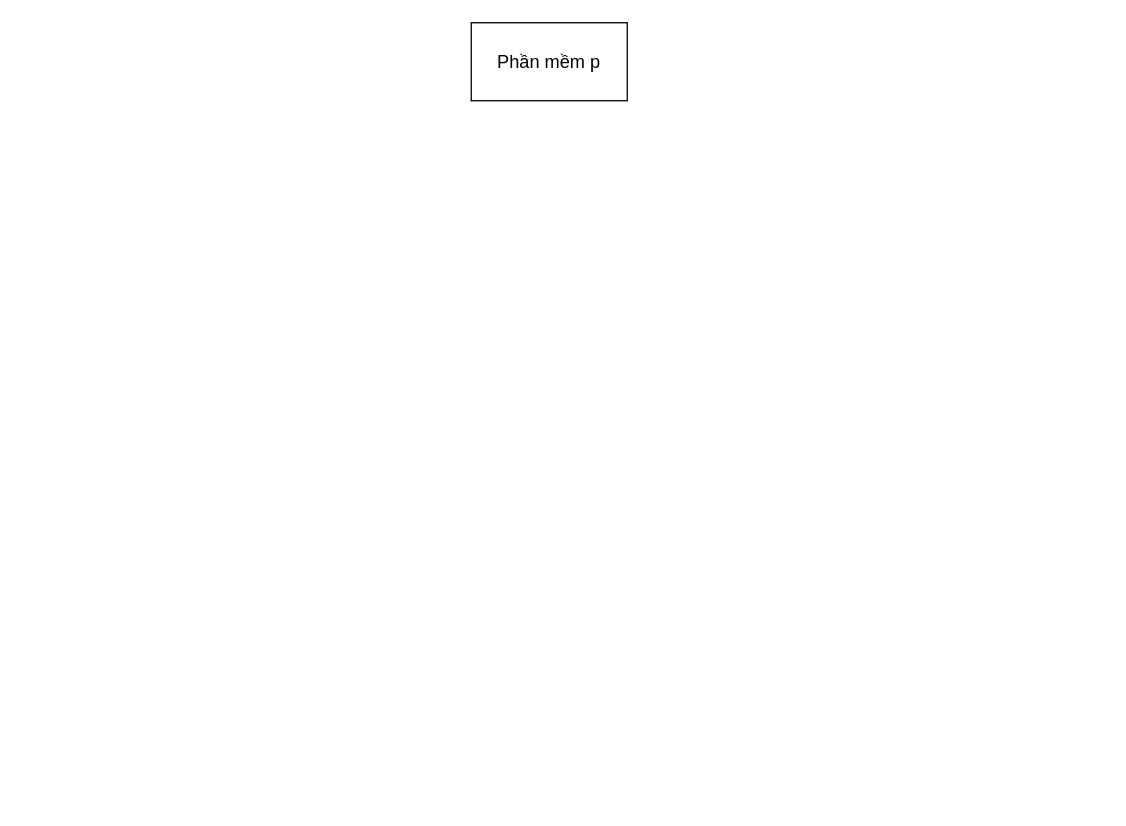
Earlier version of the draw.io diagram dactaphanmem1.drawio (frozenproof/dactaphanmem). Source tidied: cells renumbered, new cells numbered last; positions are measured from the earlier drawing's top-left corner, leaving out a move shared by most shapes. Both pictures are drawn from the tidied source at 130%, with x=0, y=0 at pixel (471, 22).
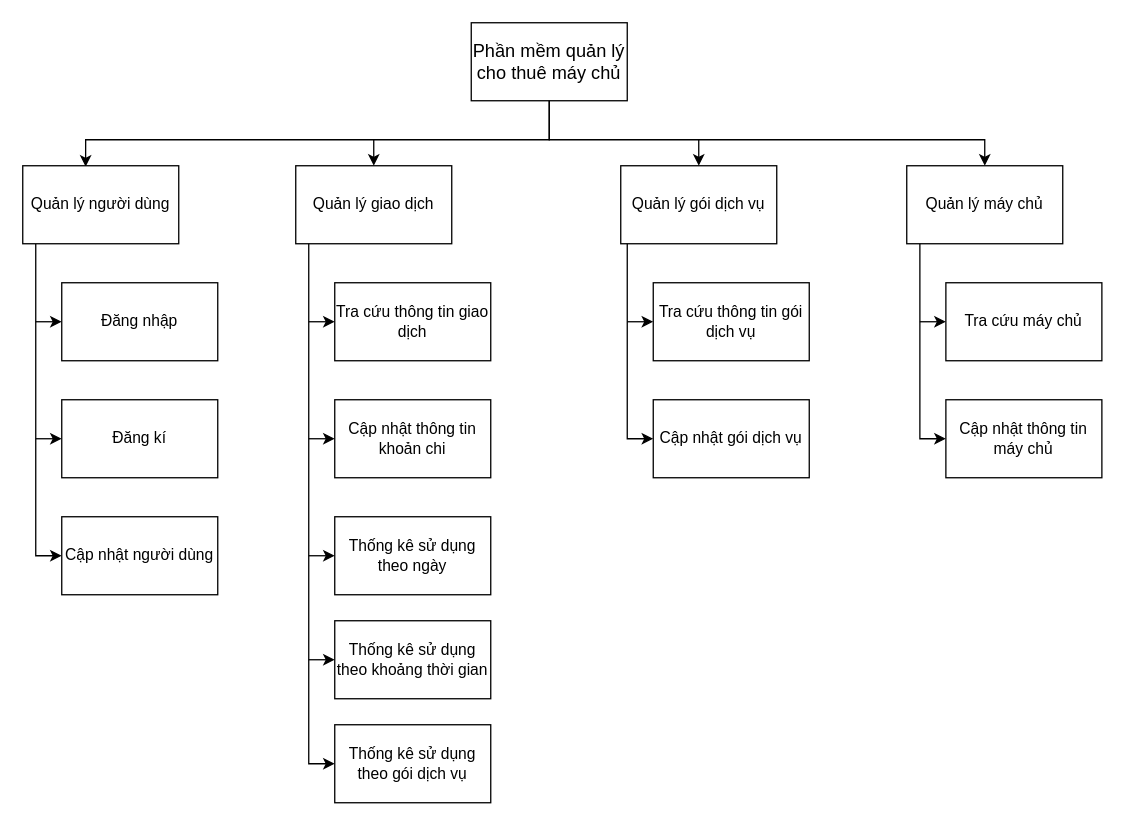
The same page after the edit.

Diff of the diagram source:
```diff
@@
+    <mxCell id="3" style="edgeStyle=orthogonalEdgeStyle;rounded=0;jettySize=auto;html=1;exitX=0.5;exitY=1;exitDx=0;exitDy=0;entryX=0.403;entryY=0.013;entryDx=0;entryDy=0;entryPerimeter=0;" parent="1" edge="1" source="2" target="5">
+      <mxGeometry relative="1" as="geometry">
+        <Array as="points">
+          <mxPoint x="60" y="90" />
+          <mxPoint x="-297" y="90" />
+        </Array>
+      </mxGeometry>
+    </mxCell>
-    <mxCell id="2" value="&lt;font style=&quot;font-size: 14px;&quot;&gt;Phần mềm p&lt;/font&gt;" style="rounded=0;whiteSpace=wrap;html=1;" parent="1" vertex="1">
+    <mxCell id="2" value="&lt;font style=&quot;font-size: 14px;&quot;&gt;Phần mềm quản lý cho thuê máy chủ&lt;/font&gt;" style="rounded=0;whiteSpace=wrap;html=1;" parent="1" vertex="1">
       <mxGeometry width="120" height="60" as="geometry" />
     </mxCell>
+    <mxCell id="4" style="edgeStyle=orthogonalEdgeStyle;rounded=0;jettySize=auto;html=1;" parent="1" edge="1" source="5" target="6">
+      <mxGeometry relative="1" as="geometry">
+        <Array as="points">
+          <mxPoint x="-335" y="410" />
+        </Array>
+      </mxGeometry>
+    </mxCell>
+    <mxCell id="5" value="Quản lý người dùng" style="rounded=0;whiteSpace=wrap;html=1;" parent="1" vertex="1">
+      <mxGeometry x="-345" y="110" width="120" height="60" as="geometry" />
+    </mxCell>
+    <mxCell id="6" value="Cập nhật người dùng" style="rounded=0;whiteSpace=wrap;html=1;" parent="1" vertex="1">
+      <mxGeometry x="-315" y="380" width="120" height="60" as="geometry" />
+    </mxCell>
+    <mxCell id="7" value="Đăng kí" style="rounded=0;whiteSpace=wrap;html=1;" parent="1" vertex="1">
+      <mxGeometry x="-315" y="290" width="120" height="60" as="geometry" />
+    </mxCell>
+    <mxCell id="8" value="Đăng nhập" style="rounded=0;whiteSpace=wrap;html=1;" parent="1" vertex="1">
+      <mxGeometry x="-315" y="200" width="120" height="60" as="geometry" />
+    </mxCell>
+    <mxCell id="9" style="endArrow=classic;html=1;rounded=0;entryX=0;entryY=0.5;entryDx=0;entryDy=0;" parent="1" edge="1" target="7">
+      <mxGeometry relative="1" as="geometry">
+        <mxPoint x="-335" y="320" as="sourcePoint" />
+      </mxGeometry>
+    </mxCell>
+    <mxCell id="10" style="endArrow=classic;html=1;rounded=0;entryX=0;entryY=0.5;entryDx=0;entryDy=0;" parent="1" edge="1" target="8">
+      <mxGeometry relative="1" as="geometry">
+        <mxPoint x="-335" y="230" as="sourcePoint" />
+      </mxGeometry>
+    </mxCell>
+    <mxCell id="11" value="Quản lý giao dịch" style="rounded=0;whiteSpace=wrap;html=1;" parent="1" vertex="1">
+      <mxGeometry x="-135" y="110" width="120" height="60" as="geometry" />
+    </mxCell>
+    <mxCell id="12" style="endArrow=classic;html=1;rounded=0;entryX=0.5;entryY=0;entryDx=0;entryDy=0;" parent="1" edge="1" target="11">
+      <mxGeometry relative="1" as="geometry">
+        <mxPoint x="-75" y="90" as="sourcePoint" />
+      </mxGeometry>
+    </mxCell>
+    <mxCell id="13" style="edgeStyle=orthogonalEdgeStyle;rounded=0;jettySize=auto;html=1;exitX=0.5;exitY=1;exitDx=0;exitDy=0;entryX=0.5;entryY=0;entryDx=0;entryDy=0;" parent="1" edge="1" source="2" target="14">
+      <mxGeometry relative="1" as="geometry">
+        <Array as="points">
+          <mxPoint x="77" y="90" />
+          <mxPoint x="385" y="90" />
+        </Array>
+      </mxGeometry>
+    </mxCell>
+    <mxCell id="14" value="Quản lý máy chủ" style="rounded=0;whiteSpace=wrap;html=1;" parent="1" vertex="1">
+      <mxGeometry x="335" y="110" width="120" height="60" as="geometry" />
+    </mxCell>
+    <mxCell id="15" value="Quản lý gói dịch vụ" style="rounded=0;whiteSpace=wrap;html=1;" parent="1" vertex="1">
+      <mxGeometry x="115" y="110" width="120" height="60" as="geometry" />
+    </mxCell>
+    <mxCell id="16" style="endArrow=classic;html=1;rounded=0;entryX=0.5;entryY=0;entryDx=0;entryDy=0;" parent="1" edge="1" target="15">
+      <mxGeometry relative="1" as="geometry">
+        <mxPoint x="175" y="90" as="sourcePoint" />
+      </mxGeometry>
+    </mxCell>
+    <mxCell id="17" style="edgeStyle=orthogonalEdgeStyle;rounded=0;jettySize=auto;html=1;" parent="1" edge="1" target="18">
+      <mxGeometry relative="1" as="geometry">
+        <mxPoint x="-125" y="170" as="sourcePoint" />
+        <Array as="points">
+          <mxPoint x="-125" y="570" />
+        </Array>
+      </mxGeometry>
+    </mxCell>
+    <mxCell id="18" value="Thống kê sử dụng theo gói dịch vụ" style="rounded=0;whiteSpace=wrap;html=1;" parent="1" vertex="1">
+      <mxGeometry x="-105" y="540" width="120" height="60" as="geometry" />
+    </mxCell>
+    <mxCell id="19" value="Cập nhật thông tin khoản chi" style="rounded=0;whiteSpace=wrap;html=1;" parent="1" vertex="1">
+      <mxGeometry x="-105" y="290" width="120" height="60" as="geometry" />
+    </mxCell>
+    <mxCell id="20" value="Tra cứu thông tin giao dịch" style="rounded=0;whiteSpace=wrap;html=1;" parent="1" vertex="1">
+      <mxGeometry x="-105" y="200" width="120" height="60" as="geometry" />
+    </mxCell>
+    <mxCell id="21" style="endArrow=classic;html=1;rounded=0;entryX=0;entryY=0.5;entryDx=0;entryDy=0;" parent="1" edge="1" target="19">
+      <mxGeometry relative="1" as="geometry">
+        <mxPoint x="-125" y="320" as="sourcePoint" />
+      </mxGeometry>
+    </mxCell>
+    <mxCell id="22" style="endArrow=classic;html=1;rounded=0;entryX=0;entryY=0.5;entryDx=0;entryDy=0;" parent="1" edge="1" target="20">
+      <mxGeometry relative="1" as="geometry">
+        <mxPoint x="-125" y="230" as="sourcePoint" />
+      </mxGeometry>
+    </mxCell>
+    <mxCell id="23" value="Thống kê sử dụng theo ngày" style="rounded=0;whiteSpace=wrap;html=1;" parent="1" vertex="1">
+      <mxGeometry x="-105" y="380" width="120" height="60" as="geometry" />
+    </mxCell>
+    <mxCell id="24" style="endArrow=classic;html=1;rounded=0;entryX=0;entryY=0.5;entryDx=0;entryDy=0;" parent="1" edge="1" target="23">
+      <mxGeometry relative="1" as="geometry">
+        <mxPoint x="-125" y="410" as="sourcePoint" />
+      </mxGeometry>
+    </mxCell>
+    <mxCell id="25" value="Thống kê sử dụng theo khoảng thời gian" style="rounded=0;whiteSpace=wrap;html=1;" parent="1" vertex="1">
+      <mxGeometry x="-105" y="460" width="120" height="60" as="geometry" />
+    </mxCell>
+    <mxCell id="26" style="endArrow=classic;html=1;rounded=0;entryX=0;entryY=0.5;entryDx=0;entryDy=0;" parent="1" edge="1" target="25">
+      <mxGeometry relative="1" as="geometry">
+        <mxPoint x="-125" y="490" as="sourcePoint" />
+      </mxGeometry>
+    </mxCell>
+    <mxCell id="27" style="edgeStyle=orthogonalEdgeStyle;rounded=0;jettySize=auto;html=1;entryX=0;entryY=0.5;entryDx=0;entryDy=0;" parent="1" edge="1" target="28">
+      <mxGeometry relative="1" as="geometry">
+        <mxPoint x="120" y="170" as="sourcePoint" />
+        <Array as="points">
+          <mxPoint x="120" y="320" />
+        </Array>
+      </mxGeometry>
+    </mxCell>
+    <mxCell id="28" value="Cập nhật gói dịch vụ" style="rounded=0;whiteSpace=wrap;html=1;" parent="1" vertex="1">
+      <mxGeometry x="140" y="290" width="120" height="60" as="geometry" />
+    </mxCell>
+    <mxCell id="29" value="Tra cứu thông tin gói dịch vụ" style="rounded=0;whiteSpace=wrap;html=1;" parent="1" vertex="1">
+      <mxGeometry x="140" y="200" width="120" height="60" as="geometry" />
+    </mxCell>
+    <mxCell id="30" style="endArrow=classic;html=1;rounded=0;entryX=0;entryY=0.5;entryDx=0;entryDy=0;" parent="1" edge="1" target="29">
+      <mxGeometry relative="1" as="geometry">
+        <mxPoint x="120" y="230" as="sourcePoint" />
+      </mxGeometry>
+    </mxCell>
+    <mxCell id="31" style="edgeStyle=orthogonalEdgeStyle;rounded=0;jettySize=auto;html=1;entryX=0;entryY=0.5;entryDx=0;entryDy=0;" parent="1" edge="1" target="32">
+      <mxGeometry relative="1" as="geometry">
+        <mxPoint x="345.1" y="170" as="sourcePoint" />
+        <Array as="points">
+          <mxPoint x="345.1" y="320" />
+        </Array>
+      </mxGeometry>
+    </mxCell>
+    <mxCell id="32" value="Cập nhật thông tin máy chủ" style="rounded=0;whiteSpace=wrap;html=1;" parent="1" vertex="1">
+      <mxGeometry x="365.1" y="290" width="120" height="60" as="geometry" />
+    </mxCell>
+    <mxCell id="33" value="Tra cứu máy chủ" style="rounded=0;whiteSpace=wrap;html=1;" parent="1" vertex="1">
+      <mxGeometry x="365.1" y="200" width="120" height="60" as="geometry" />
+    </mxCell>
+    <mxCell id="34" style="endArrow=classic;html=1;rounded=0;entryX=0;entryY=0.5;entryDx=0;entryDy=0;" parent="1" edge="1" target="33">
+      <mxGeometry relative="1" as="geometry">
+        <mxPoint x="345.1" y="230" as="sourcePoint" />
+      </mxGeometry>
+    </mxCell>
```
